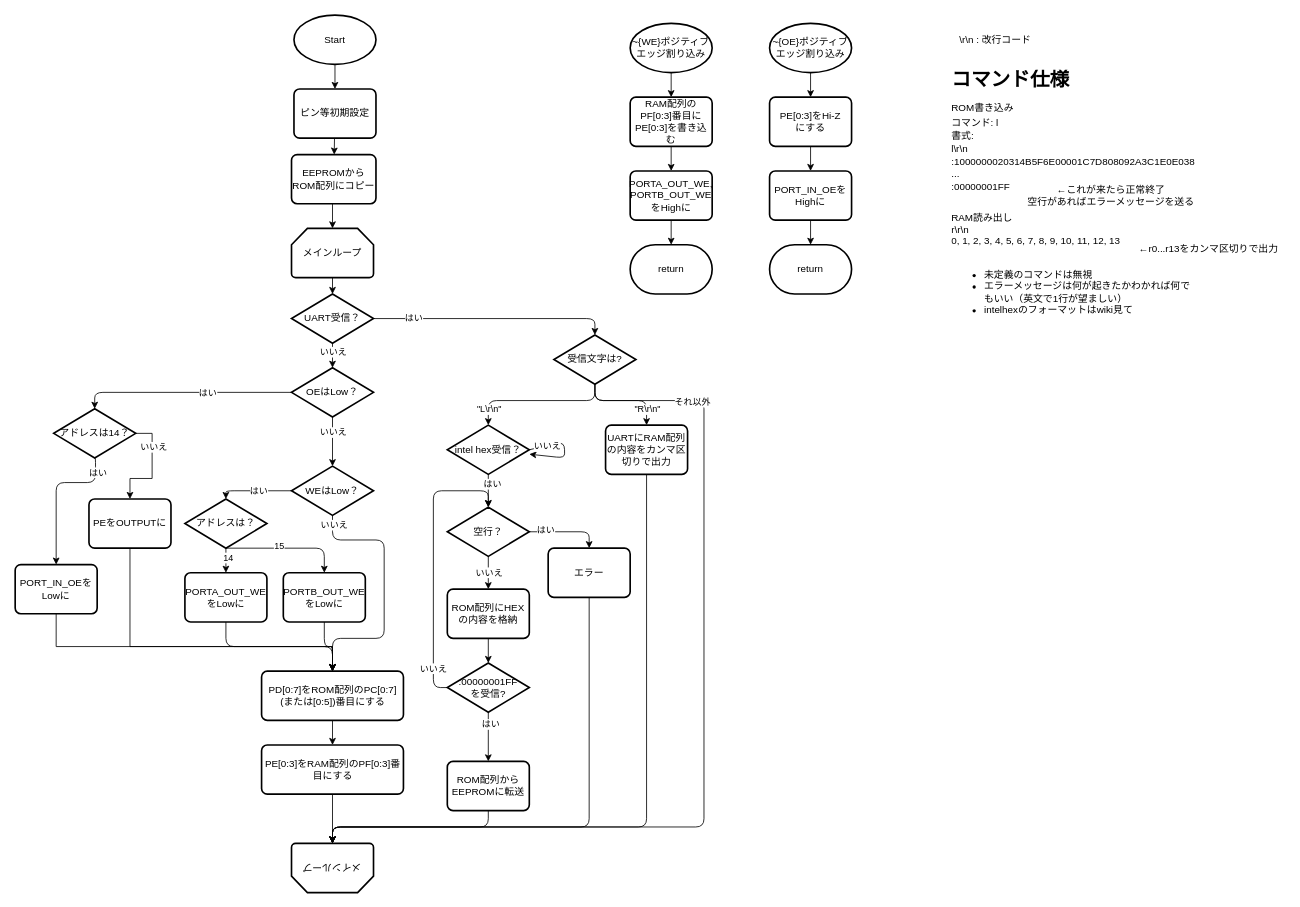
Earlier version of the draw.io diagram HC4eROMandRAM/akasatana.drawio (nasu8151/HC4). Source tidied: cells renumbered, new cells numbered last; positions are measured from the earlier drawing's top-left corner, leaving out a move shared by most shapes. Both pictures are drawn from the tidied source at 82%, with x=0, y=0 at pixel (15, 15).
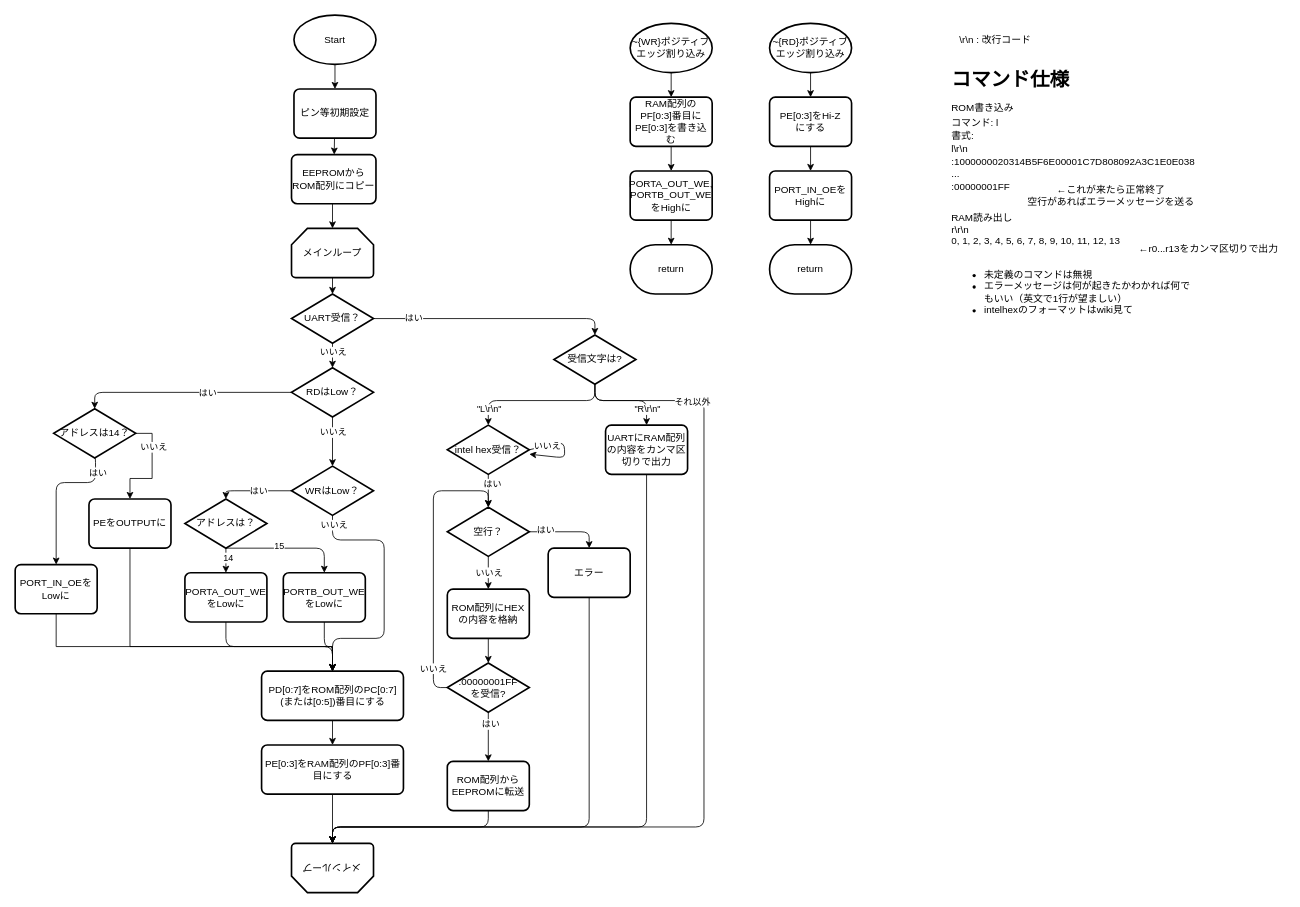
The same page after the edit.

Commit message:
割り込み部分の条件をWRとRDに修正

Change to the diagram source:
```diff
@@
-    <mxCell id="5" value="~{WE}ポジティブエッジ割り込み" style="strokeWidth=2;html=1;shape=mxgraph.flowchart.start_1;whiteSpace=wrap;" parent="1" vertex="1">
+    <mxCell id="5" value="~{WR}ポジティブエッジ割り込み" style="strokeWidth=2;html=1;shape=mxgraph.flowchart.start_1;whiteSpace=wrap;" parent="1" vertex="1">
       <mxGeometry x="750" y="10" width="100" height="60" as="geometry" />
     </mxCell>
@@
-    <mxCell id="7" value="~{OE}ポジティブエッジ割り込み" style="strokeWidth=2;html=1;shape=mxgraph.flowchart.start_1;whiteSpace=wrap;" parent="1" vertex="1">
+    <mxCell id="7" value="~{RD}ポジティブエッジ割り込み" style="strokeWidth=2;html=1;shape=mxgraph.flowchart.start_1;whiteSpace=wrap;" parent="1" vertex="1">
       <mxGeometry x="920" y="10" width="100" height="60" as="geometry" />
     </mxCell>
@@
-    <mxCell id="48" value="OEはLow？" style="strokeWidth=2;html=1;shape=mxgraph.flowchart.decision;whiteSpace=wrap;" parent="1" vertex="1">
+    <mxCell id="48" value="RDはLow？" style="strokeWidth=2;html=1;shape=mxgraph.flowchart.decision;whiteSpace=wrap;" parent="1" vertex="1">
       <mxGeometry x="337" y="430" width="100" height="60" as="geometry" />
     </mxCell>
@@
-    <mxCell id="55" value="WEはLow？" style="strokeWidth=2;html=1;shape=mxgraph.flowchart.decision;whiteSpace=wrap;" parent="1" vertex="1">
+    <mxCell id="55" value="WRはLow？" style="strokeWidth=2;html=1;shape=mxgraph.flowchart.decision;whiteSpace=wrap;" parent="1" vertex="1">
       <mxGeometry x="337" y="550" width="100" height="60" as="geometry" />
     </mxCell>
```
